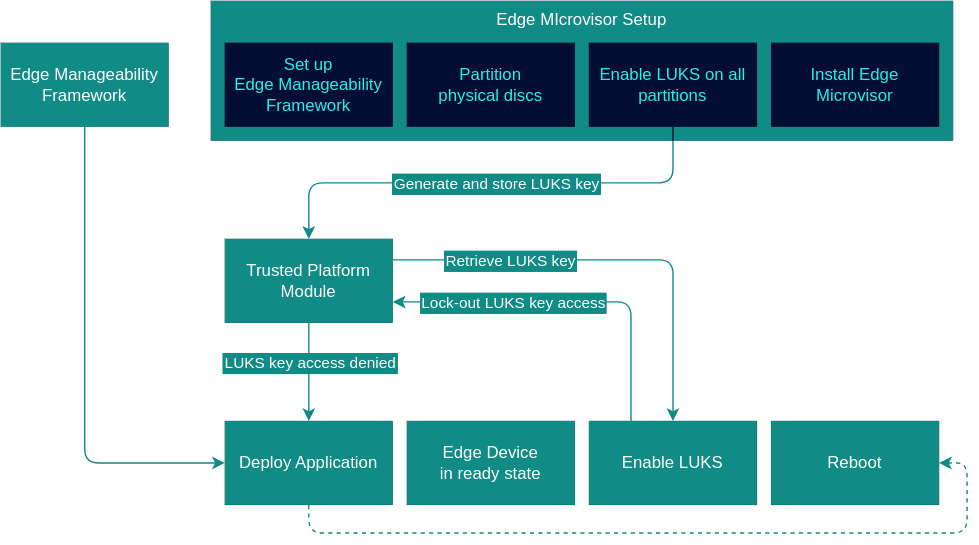
open-edge-platform/edge-microvisor-toolkit keeps this draw.io diagram as docs/developer-guide/assets/emt-luks-setup.drawio.svg. Above is the earlier version. Source tidied: cells renumbered, new cells last; positions are measured from the earlier drawing's top-left corner, leaving out a move shared by most shapes.
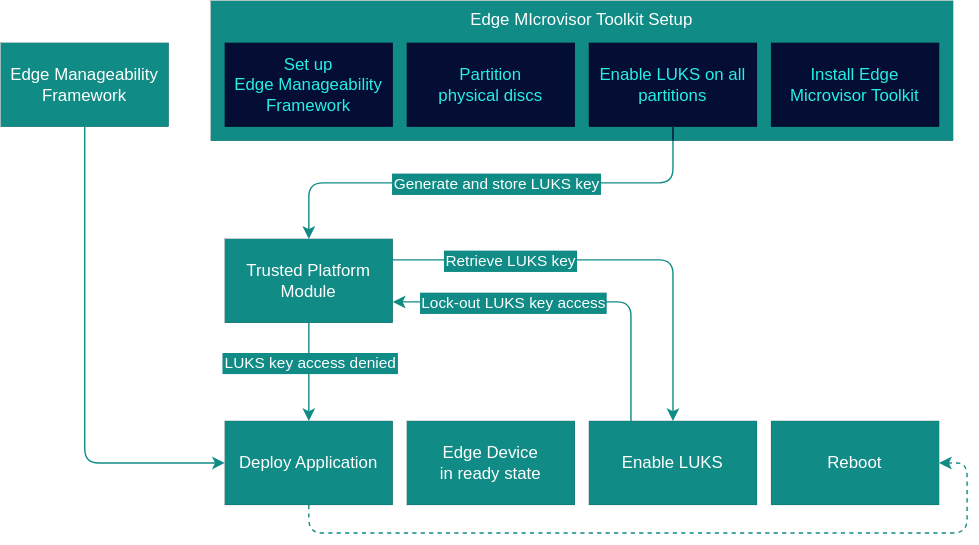
After the commit.

Commit message:
[DOCS] EMT name fixes pass 2

Diff of the diagram source:
```diff
@@ -2,7 +2,7 @@
   <root>
     <mxCell id="0" />
     <mxCell id="1" parent="0" />
-    <mxCell id="2" value="&lt;div&gt;Edge MIcrovisor Setup&lt;/div&gt;" style="rounded=0;whiteSpace=wrap;html=1;strokeColor=default;align=center;verticalAlign=top;fontFamily=Helvetica;fontSize=12;fontColor=#FFFFFF;fillColor=#108B85;labelBackgroundColor=none;strokeWidth=0;" parent="1" vertex="1">
+    <mxCell id="2" value="&lt;div&gt;Edge MIcrovisor Toolkit Setup&lt;/div&gt;" style="rounded=0;whiteSpace=wrap;html=1;strokeColor=default;align=center;verticalAlign=top;fontFamily=Helvetica;fontSize=12;fontColor=#FFFFFF;fillColor=#108B85;labelBackgroundColor=none;strokeWidth=0;" parent="1" vertex="1">
       <mxGeometry x="150" width="530" height="100" as="geometry" />
     </mxCell>
     <mxCell id="3" value="Edge Manageability Framework" style="rounded=0;whiteSpace=wrap;html=1;strokeColor=default;fontColor=#FFFFFF;labelBackgroundColor=none;fillColor=#108B85;strokeWidth=0;align=center;verticalAlign=middle;fontFamily=Helvetica;fontSize=12;" parent="1" vertex="1">
@@ -35,7 +35,7 @@
     <mxCell id="12" value="&lt;div&gt;Enable LUKS on all partitions&lt;/div&gt;" style="rounded=0;whiteSpace=wrap;html=1;fontColor=#26F0E5;align=center;verticalAlign=middle;fontFamily=Helvetica;fontSize=12;labelBackgroundColor=none;fillColor=#040E35;strokeWidth=0;" parent="1" vertex="1">
       <mxGeometry x="420" y="30" width="120" height="60" as="geometry" />
     </mxCell>
-    <mxCell id="13" value="&lt;div&gt;Install Edge Microvisor&lt;/div&gt;" style="rounded=0;whiteSpace=wrap;html=1;fontColor=#26F0E5;align=center;verticalAlign=middle;fontFamily=Helvetica;fontSize=12;labelBackgroundColor=none;fillColor=#040E35;strokeWidth=0;" parent="1" vertex="1">
+    <mxCell id="13" value="&lt;div&gt;Install Edge Microvisor Toolkit&lt;/div&gt;" style="rounded=0;whiteSpace=wrap;html=1;fontColor=#26F0E5;align=center;verticalAlign=middle;fontFamily=Helvetica;fontSize=12;labelBackgroundColor=none;fillColor=#040E35;strokeWidth=0;" parent="1" vertex="1">
       <mxGeometry x="550" y="30" width="120" height="60" as="geometry" />
     </mxCell>
     <mxCell id="14" value="Deploy Application" style="rounded=0;whiteSpace=wrap;html=1;strokeColor=default;strokeWidth=0;align=center;verticalAlign=middle;fontFamily=Helvetica;fontSize=12;fontColor=#FFFFFF;labelBackgroundColor=none;fillColor=#108B85;" parent="1" vertex="1">
```
